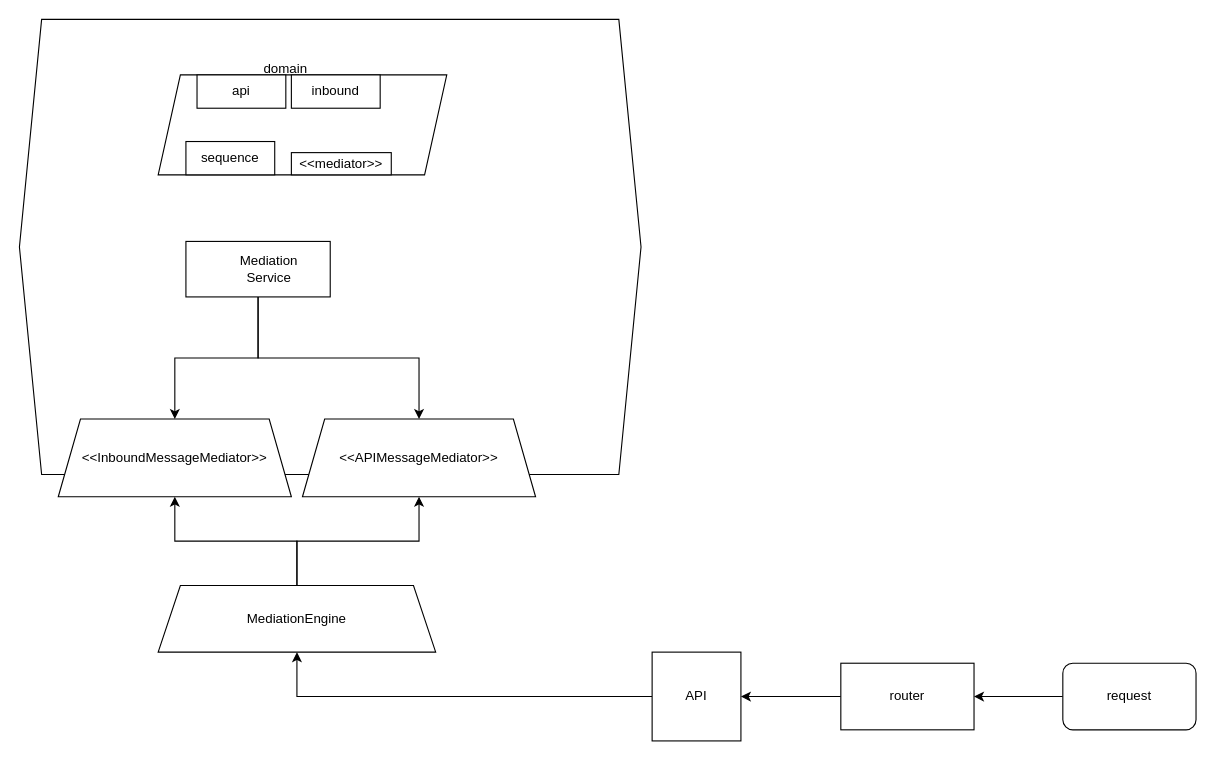
The draw.io diagram Untitled Diagram.drawio in ThisaraWeerakoon/synapse-go, before the edit. Source tidied: cells renumbered, new cells numbered last; positions are measured from the earlier drawing's top-left corner, leaving out a move shared by most shapes. Both pictures are drawn from the tidied source at 111%, with x=0, y=0 at pixel (19, 19).
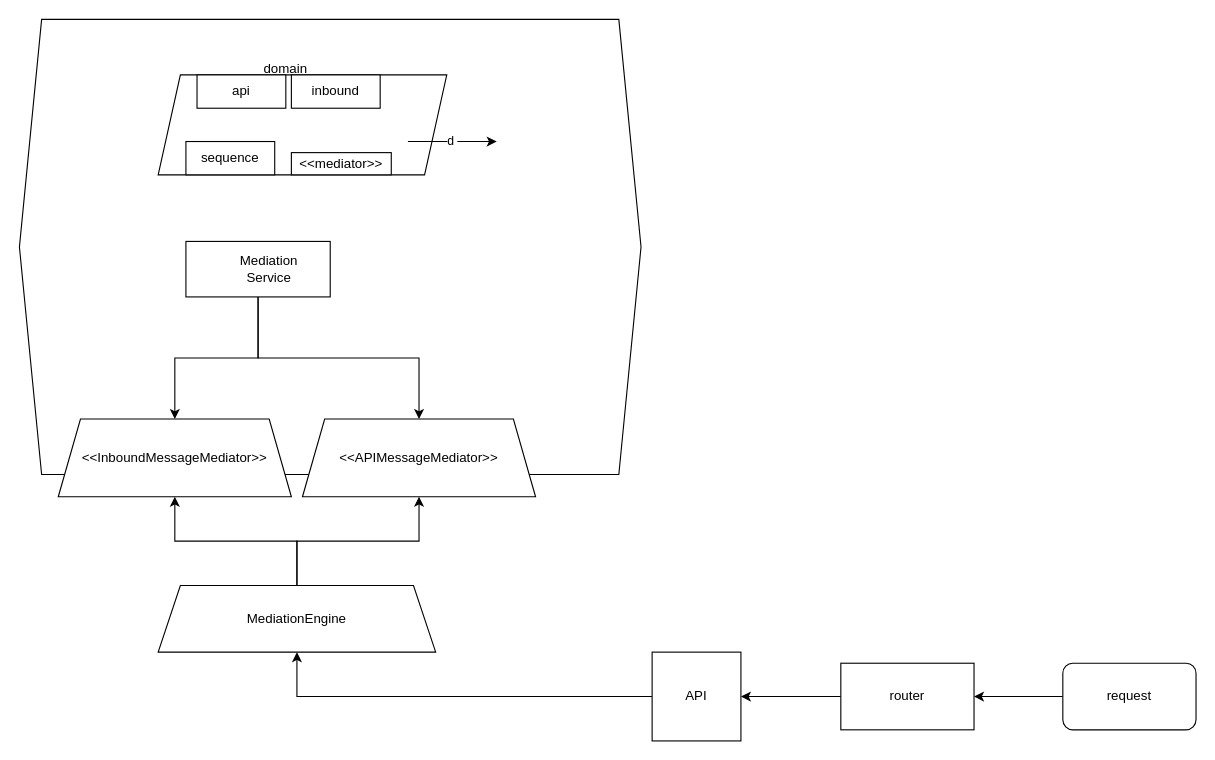
The same page after the edit.

What changed in the source:
```diff
@@
+    <mxCell id="24" value="d&amp;nbsp;" style="edgeStyle=none;orthogonalLoop=1;jettySize=auto;html=1;rounded=0;" parent="1" edge="1">
+      <mxGeometry relative="1" as="geometry">
+        <mxPoint x="350" y="110" as="sourcePoint" />
+        <mxPoint x="430" y="110" as="targetPoint" />
+      </mxGeometry>
+    </mxCell>
```
